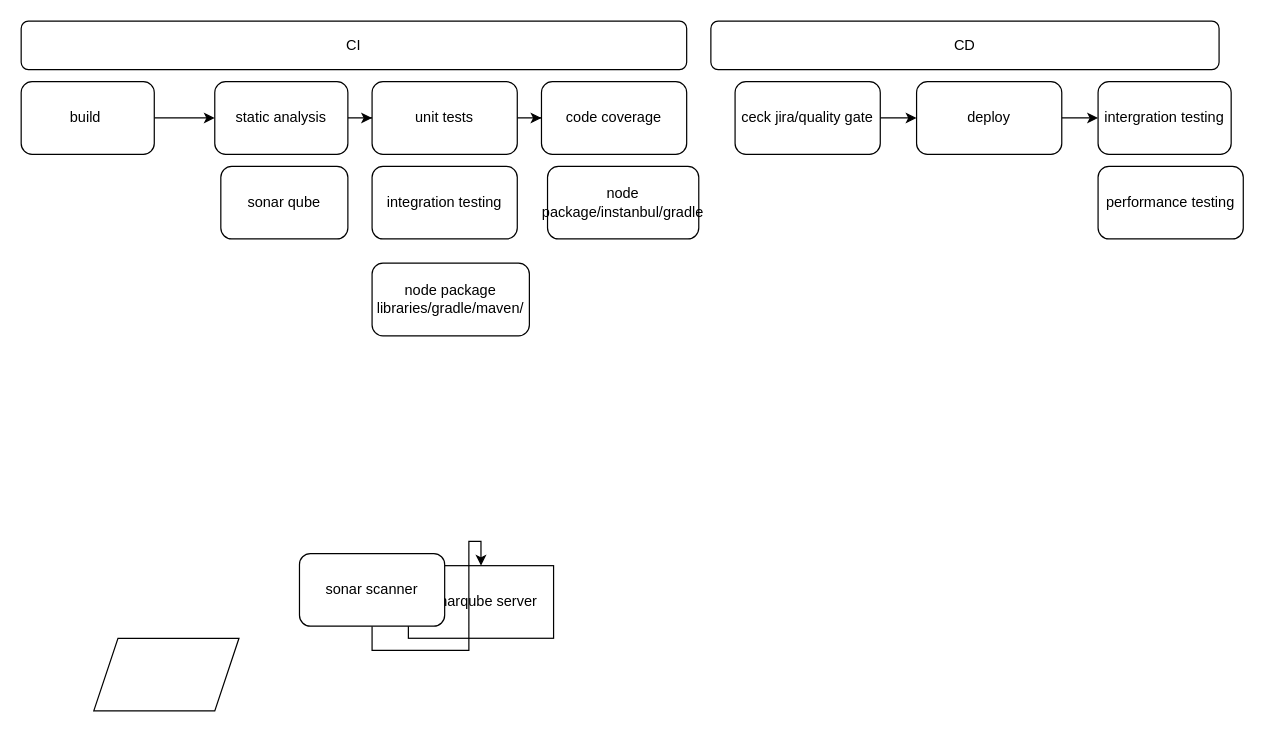
Earlier version of the draw.io diagram Untitled Diagram.drawio (sidhesh91/ARMTemplateAvailabilitySet). Source tidied: cells renumbered, new cells numbered last; positions are measured from the earlier drawing's top-left corner, leaving out a move shared by most shapes. Both pictures are drawn from the tidied source at 121%, with x=0, y=0 at pixel (21, 21).
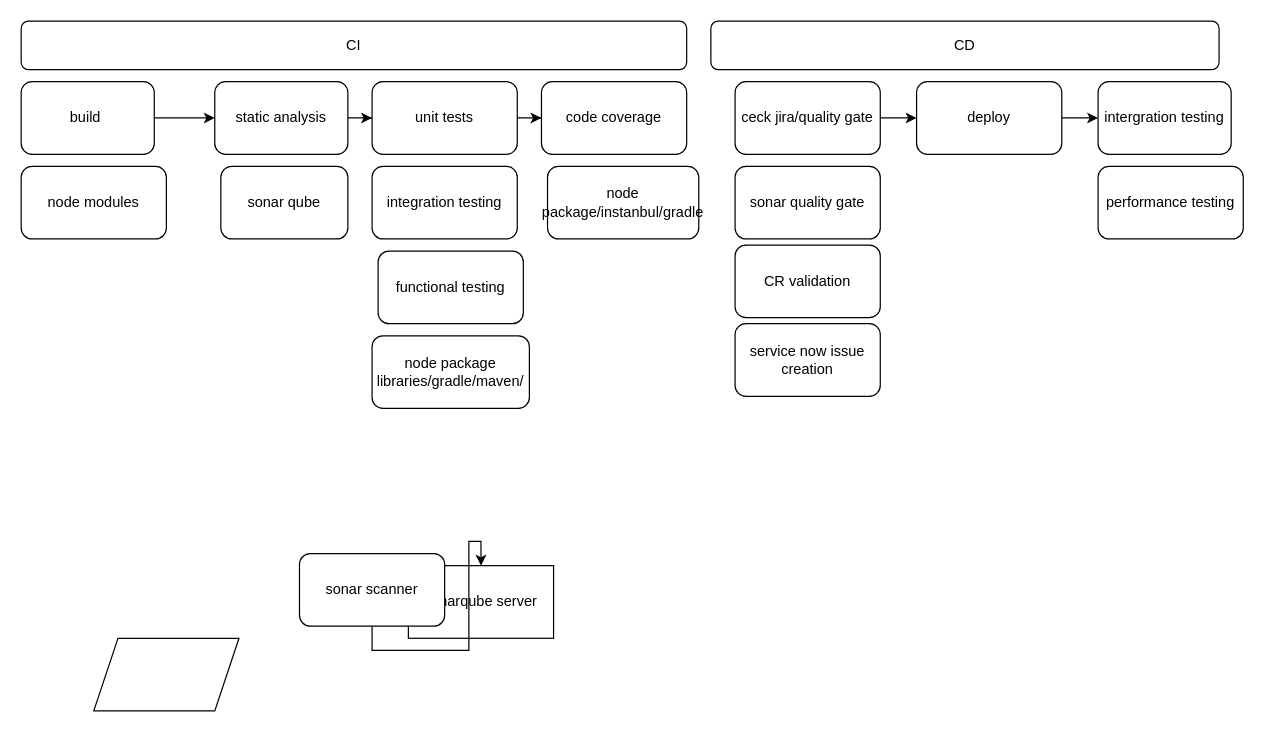
The same page after the edit.

The edit, as a diff of the source:
```diff
@@
     <mxCell id="16" value="node package libraries/gradle/maven/" style="rounded=1;whiteSpace=wrap;html=1;" parent="1" vertex="1">
-      <mxGeometry x="290" y="200" width="130" height="60" as="geometry" />
+      <mxGeometry x="290" y="260" width="130" height="60" as="geometry" />
     </mxCell>
@@
+    <mxCell id="25" value="functional testing" style="rounded=1;whiteSpace=wrap;html=1;" parent="1" vertex="1">
+      <mxGeometry x="295" y="190" width="120" height="60" as="geometry" />
+    </mxCell>
+    <mxCell id="26" value="node modules" style="rounded=1;whiteSpace=wrap;html=1;" parent="1" vertex="1">
+      <mxGeometry y="120" width="120" height="60" as="geometry" />
+    </mxCell>
+    <mxCell id="27" value="sonar quality gate" style="rounded=1;whiteSpace=wrap;html=1;" parent="1" vertex="1">
+      <mxGeometry x="590" y="120" width="120" height="60" as="geometry" />
+    </mxCell>
+    <mxCell id="28" value="CR validation" style="rounded=1;whiteSpace=wrap;html=1;" parent="1" vertex="1">
+      <mxGeometry x="590" y="185" width="120" height="60" as="geometry" />
+    </mxCell>
+    <mxCell id="29" value="service now issue creation" style="rounded=1;whiteSpace=wrap;html=1;" parent="1" vertex="1">
+      <mxGeometry x="590" y="250" width="120" height="60" as="geometry" />
+    </mxCell>
```
